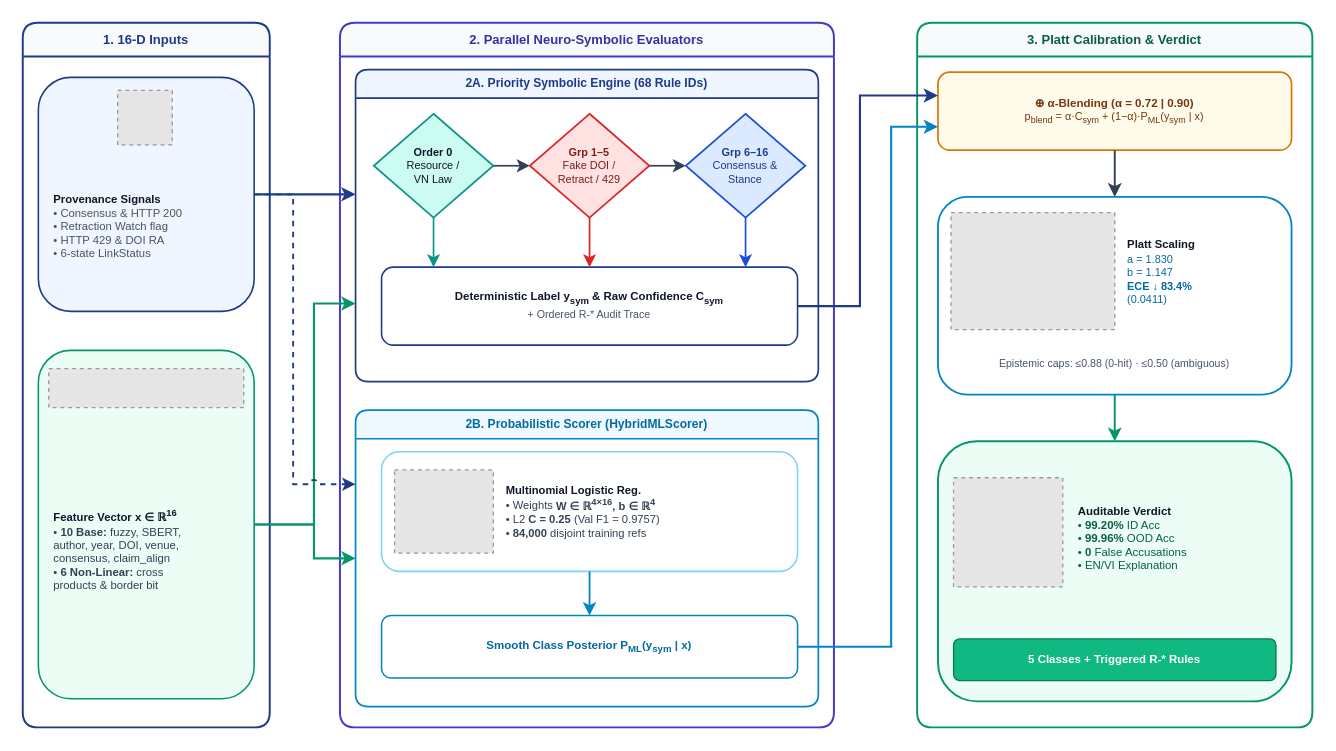
Above: page "fig4_6_neurosymbolic" (11 of 12) of FinalReport_TDTU/picture/figures/drawio/citra_thesis_diagrams.drawio in iannwendy/citra (draw.io), before the change. Source tidied: cells renumbered, new cells numbered last; positions are measured from the earlier drawing's top-left corner, leaving out a move shared by most shapes. Both pictures are drawn from the tidied source at 130%, with x=0, y=0 at pixel (22, 22). Pictures stored in the file or linked from it are replaced by grey dashed boxes.
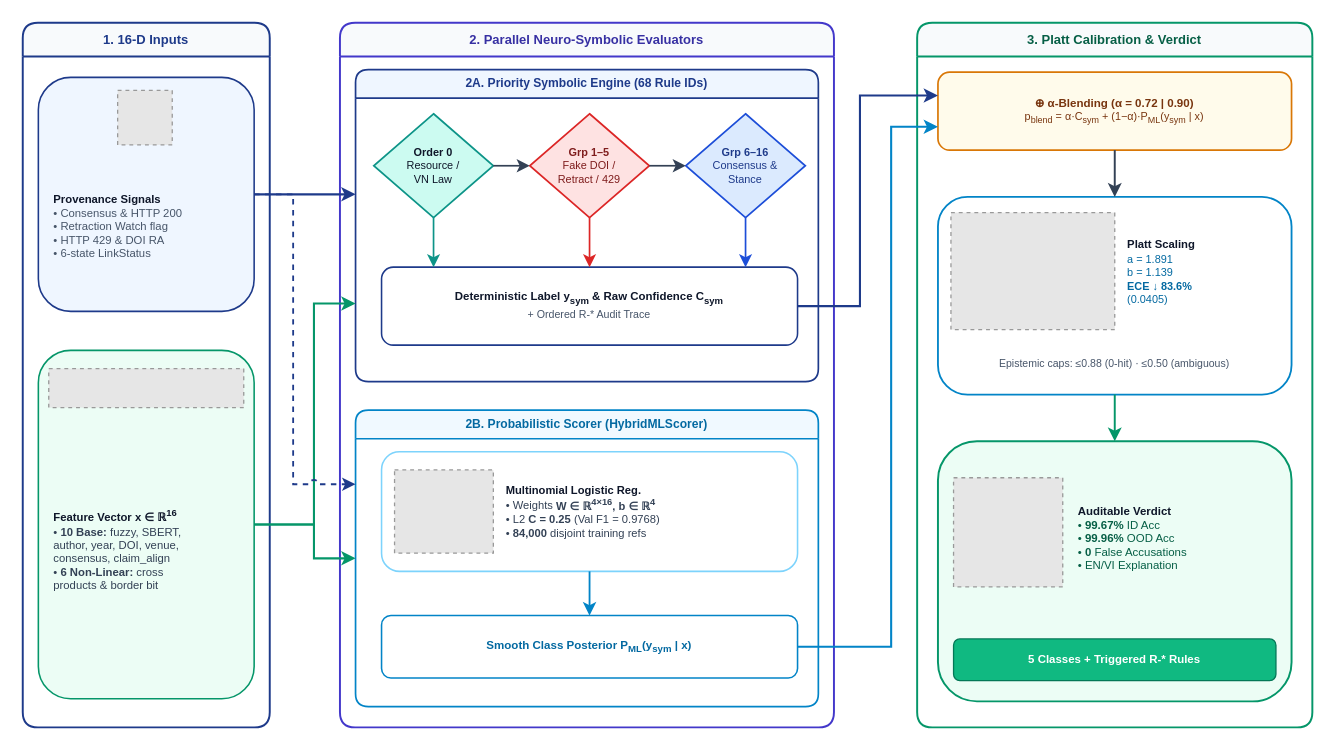
After the change.

Unchanged cells that the change refers to:
```xml
<mxCell id="20" value="&lt;b&gt;2B. Probabilistic Scorer (HybridMLScorer)&lt;/b&gt;" style="swimlane;startSize=22;rounded=1;fillColor=#F0F9FF;strokeColor=#0284C7;strokeWidth=1.3;fontFamily=Helvetica;fontSize=9.3;fontColor=#0369A1;whiteSpace=wrap;html=1;" parent="9" vertex="1">
  <mxGeometry x="12" y="298" width="356" height="228" as="geometry" />
</mxCell>
<mxCell id="26" value="&lt;b&gt;3. Platt Calibration &amp;amp; Verdict&lt;/b&gt;" style="swimlane;startSize=26;rounded=1;fillColor=#F8FAFC;strokeColor=#059669;strokeWidth=1.5;fontFamily=Helvetica;fontSize=10.0;fontColor=#065F46;whiteSpace=wrap;html=1;" parent="1" vertex="1">
  <mxGeometry x="688" width="304" height="542" as="geometry" />
</mxCell>
```

The edit, as a diff of the source:
```diff
@@
-    <mxCell id="23" value="&lt;b&gt;Multinomial Logistic Reg.&lt;/b&gt;&lt;br&gt;&lt;font color=&quot;#334155&quot;&gt;• Weights &lt;b&gt;W ∈ ℝ&lt;sup&gt;4×16&lt;/sup&gt;, b ∈ ℝ&lt;sup&gt;4&lt;/sup&gt;&lt;/b&gt;&lt;br&gt;• L2 &lt;b&gt;C = 0.25&lt;/b&gt; (Val F1 = 0.9757)&lt;br&gt;• &lt;b&gt;84,000&lt;/b&gt; disjoint training refs&lt;/font&gt;" style="text;align=left;verticalAlign=middle;fontFamily=Helvetica;fontSize=8.6;fontColor=#0F172A;whiteSpace=wrap;html=1;" parent="20" vertex="1">
+    <mxCell id="23" value="&lt;b&gt;Multinomial Logistic Reg.&lt;/b&gt;&lt;br&gt;&lt;font color=&quot;#334155&quot;&gt;• Weights &lt;b&gt;W ∈ ℝ&lt;sup&gt;4×16&lt;/sup&gt;, b ∈ ℝ&lt;sup&gt;4&lt;/sup&gt;&lt;/b&gt;&lt;br&gt;• L2 &lt;b&gt;C = 0.25&lt;/b&gt; (Val F1 = 0.9768)&lt;br&gt;• &lt;b&gt;84,000&lt;/b&gt; disjoint training refs&lt;/font&gt;" style="text;align=left;verticalAlign=middle;fontFamily=Helvetica;fontSize=8.6;fontColor=#0F172A;whiteSpace=wrap;html=1;" parent="20" vertex="1">
       <mxGeometry x="114" y="36" width="220" height="84" as="geometry" />
     </mxCell>
@@
-    <mxCell id="30" value="&lt;b&gt;Platt Scaling&lt;/b&gt;&lt;br&gt;&lt;font color=&quot;#0369A1&quot; style=&quot;font-size:8.4px&quot;&gt;a = 1.830&lt;br&gt;b = 1.147&lt;br&gt;&lt;b&gt;ECE ↓ 83.4%&lt;/b&gt;&lt;br&gt;(0.0411)&lt;/font&gt;" style="text;align=left;verticalAlign=middle;fontFamily=Helvetica;fontSize=8.7;fontColor=#0F172A;whiteSpace=wrap;html=1;" parent="26" vertex="1">
+    <mxCell id="30" value="&lt;b&gt;Platt Scaling&lt;/b&gt;&lt;br&gt;&lt;font color=&quot;#0369A1&quot; style=&quot;font-size:8.4px&quot;&gt;a = 1.891&lt;br&gt;b = 1.139&lt;br&gt;&lt;b&gt;ECE ↓ 83.6%&lt;/b&gt;&lt;br&gt;(0.0405)&lt;/font&gt;" style="text;align=left;verticalAlign=middle;fontFamily=Helvetica;fontSize=8.7;fontColor=#0F172A;whiteSpace=wrap;html=1;" parent="26" vertex="1">
       <mxGeometry x="160" y="144" width="120" height="96" as="geometry" />
     </mxCell>
@@
-    <mxCell id="34" value="&lt;b&gt;Auditable Verdict&lt;/b&gt;&lt;br&gt;&lt;font color=&quot;#065F46&quot;&gt;• &lt;b&gt;99.20%&lt;/b&gt; ID Acc&lt;br&gt;• &lt;b&gt;99.96%&lt;/b&gt; OOD Acc&lt;br&gt;• &lt;b&gt;0&lt;/b&gt; False Accusations&lt;br&gt;• EN/VI Explanation&lt;/font&gt;" style="text;align=left;verticalAlign=middle;fontFamily=Helvetica;fontSize=8.8;fontColor=#0F172A;whiteSpace=wrap;html=1;" parent="26" vertex="1">
+    <mxCell id="34" value="&lt;b&gt;Auditable Verdict&lt;/b&gt;&lt;br&gt;&lt;font color=&quot;#065F46&quot;&gt;• &lt;b&gt;99.67%&lt;/b&gt; ID Acc&lt;br&gt;• &lt;b&gt;99.96%&lt;/b&gt; OOD Acc&lt;br&gt;• &lt;b&gt;0&lt;/b&gt; False Accusations&lt;br&gt;• EN/VI Explanation&lt;/font&gt;" style="text;align=left;verticalAlign=middle;fontFamily=Helvetica;fontSize=8.8;fontColor=#0F172A;whiteSpace=wrap;html=1;" parent="26" vertex="1">
       <mxGeometry x="122" y="338" width="158" height="118" as="geometry" />
     </mxCell>
```
